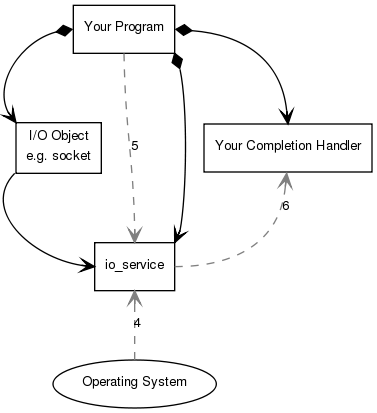
Above: doc/overview/async_op2.png in boostorg/asio (Graphviz), before the change. Its source is kept beside it as doc/overview/async_op2.dot.
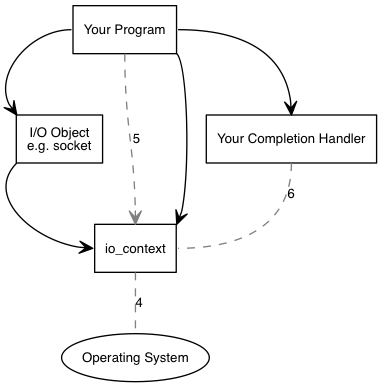
Later version of the same file.

Commit message:
Update diagrams to use io_context rather than io_service.

Change to the diagram source:
```diff
@@ -27,7 +27,7 @@
 
   {
     operating_system [ label="Operating System", shape=ellipse ];
-    io_service [ label="io_service" ];
+    io_context [ label="io_context" ];
     io_object [ label="I/O Object\ne.g. socket" ];
     your_program [ label="Your Program" ];
     your_completion_handler [ label="Your Completion Handler" ];
@@ -37,24 +37,24 @@
     edge [ arrowtail="diamond" ];
     your_program:e -> your_completion_handler:n;
     your_program:w -> io_object:nw;
-    your_program:se -> io_service:ne;
+    your_program:se -> io_context:ne;
   }
 
   {
-    io_object:sw -> io_service:w;
+    io_object:sw -> io_context:w;
   }
 
   {
     edge [ style="dashed", color="#808080" ];
 
     {
-      your_program:s -> io_service:n [ label="5" ];
+      your_program:s -> io_context:n [ label="5" ];
     }
 
     {
       edge [ arrowhead="none", arrowtail="open" ];
-      io_service:s -> operating_system:n [ label="4" ];
-      your_completion_handler:s -> io_service:e [ label="6" ];
+      io_context:s -> operating_system:n [ label="4" ];
+      your_completion_handler:s -> io_context:e [ label="6" ];
     }
   }
 
@@ -63,7 +63,7 @@
 
     {
       your_program:sw -> io_object:n [ label="1" ];
-      io_object:s -> io_service:nw [ label="2" ];
+      io_object:s -> io_context:nw [ label="2" ];
     }
   }
 }
```
